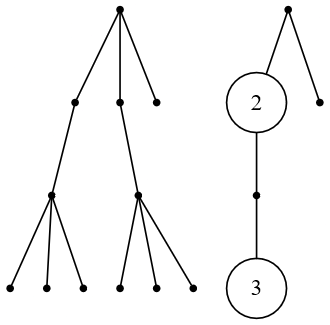
Earlier version of the Graphviz export img/normal_form.png (cancrizans/dendritic-calculus). Its source is kept beside it as img/normal_form.gv.
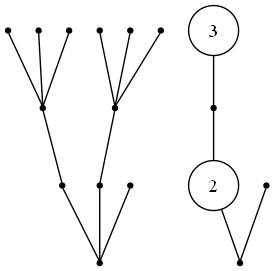
After the change.

What changed in the source:
```diff
@@ -1,6 +1,7 @@
 
 graph {
 
+    rankdir = BT;
     subgraph{
         node [shape=point];
 
```
